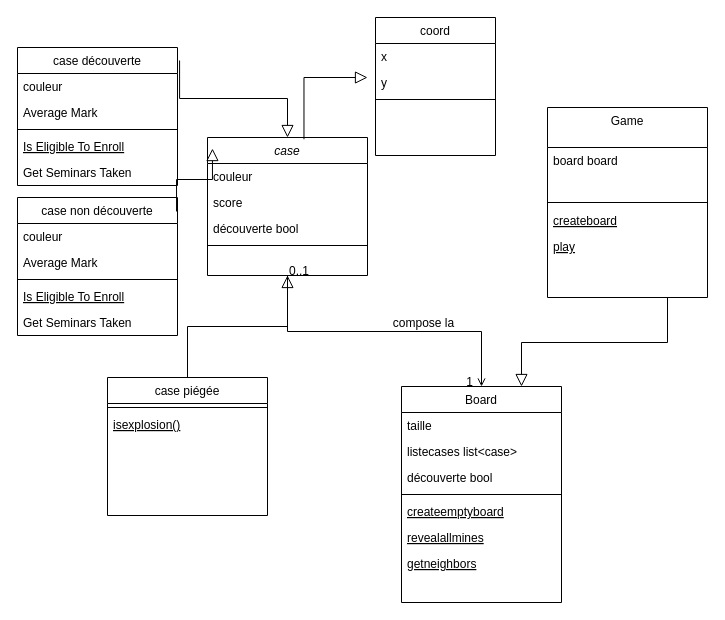
emilyllg/filrougeEJL keeps this draw.io diagram as minesweeperclassdiagram.drawio. Above is the earlier version. Source tidied: cells renumbered, new cells numbered last; positions are measured from the earlier drawing's top-left corner, leaving out a move shared by most shapes. Both pictures are drawn from the tidied source at 100%, with x=0, y=0 at pixel (17, 17).
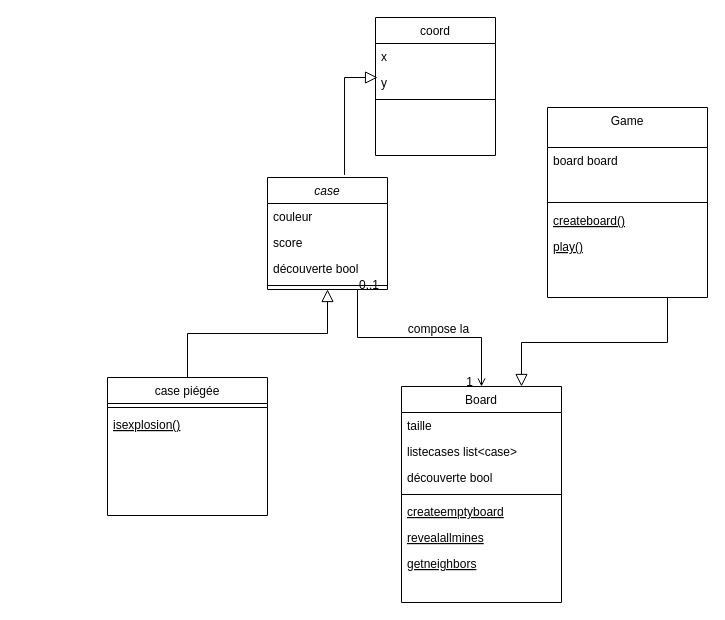
The same page after the edit.

Commit message (it also covers changes not shown here):
Mettre à jour minesweeperclassdiagram.drawio

The change refers to these unchanged cells:
```xml
<mxCell id="11" value="Board" style="swimlane;fontStyle=0;align=center;verticalAlign=top;horizontal=1;startSize=26;rounded=0;shadow=0;strokeWidth=1;" parent="1" vertex="1">
  <mxGeometry x="384" y="369" width="160" height="216" as="geometry" />
</mxCell>
<mxCell id="39" value="y" style="text;align=left;verticalAlign=top;spacingLeft=4;spacingRight=4;overflow=hidden;points=[[0,0.5],[1,0.5]];portConstraint=eastwest;rounded=0;shadow=0;html=0;" parent="37" vertex="1">
  <mxGeometry y="52" width="120" height="26" as="geometry" />
</mxCell>
<mxCell id="42" value="Game" style="swimlane;fontStyle=0;align=center;verticalAlign=top;horizontal=1;startSize=40;rounded=0;shadow=0;strokeWidth=1;" parent="1" vertex="1">
  <mxGeometry x="530" y="90" width="160" height="190" as="geometry" />
</mxCell>
```

The edit, as a diff of the source:
```diff
@@
     <mxCell id="2" value="case " style="swimlane;fontStyle=2;align=center;verticalAlign=top;horizontal=1;startSize=26;rounded=0;shadow=0;strokeWidth=1;" parent="1" vertex="1">
-      <mxGeometry x="190" y="120" width="160" height="138" as="geometry" />
+      <mxGeometry x="250" y="160" width="120" height="112" as="geometry" />
     </mxCell>
     <mxCell id="3" value="couleur " style="text;align=left;verticalAlign=top;spacingLeft=4;spacingRight=4;overflow=hidden;" parent="2" vertex="1">
-      <mxGeometry y="26" width="160" height="26" as="geometry" />
+      <mxGeometry y="26" width="120" height="26" as="geometry" />
     </mxCell>
     <mxCell id="4" value="score" style="text;align=left;verticalAlign=top;spacingLeft=4;spacingRight=4;overflow=hidden;rounded=0;shadow=0;html=0;" parent="2" vertex="1">
-      <mxGeometry y="52" width="160" height="26" as="geometry" />
+      <mxGeometry y="52" width="120" height="26" as="geometry" />
     </mxCell>
     <mxCell id="5" value="découverte bool" style="text;align=left;verticalAlign=top;spacingLeft=4;spacingRight=4;overflow=hidden;rounded=0;shadow=0;html=0;" parent="2" vertex="1">
-      <mxGeometry y="78" width="160" height="26" as="geometry" />
+      <mxGeometry y="78" width="120" height="26" as="geometry" />
     </mxCell>
     <mxCell id="6" style="line;html=1;strokeWidth=1;align=left;verticalAlign=middle;spacingTop=-1;spacingLeft=3;spacingRight=3;labelPosition=right;" parent="2" vertex="1">
-      <mxGeometry y="104" width="160" height="8" as="geometry" />
+      <mxGeometry y="104" width="120" height="8" as="geometry" />
     </mxCell>
@@
     <mxCell id="19" style="endArrow=open;shadow=0;strokeWidth=1;rounded=0;curved=0;endFill=1;edgeStyle=elbowEdgeStyle;elbow=vertical;" parent="1" edge="1" source="2" target="11">
       <mxGeometry x="0.5" y="41" relative="1" as="geometry">
+        <Array as="points">
+          <mxPoint x="340" y="320" />
+        </Array>
         <mxPoint x="-40" y="32" as="offset" />
       </mxGeometry>
     </mxCell>
@@
-    <mxCell id="23" value="case découverte" style="swimlane;fontStyle=0;align=center;verticalAlign=top;horizontal=1;startSize=26;rounded=0;shadow=0;strokeWidth=1;" parent="1" vertex="1">
-      <mxGeometry y="30" width="160" height="138" as="geometry" />
-    </mxCell>
-    <mxCell id="24" value="couleur" style="text;align=left;verticalAlign=top;spacingLeft=4;spacingRight=4;overflow=hidden;" parent="23" vertex="1">
-      <mxGeometry y="26" width="160" height="26" as="geometry" />
-    </mxCell>
-    <mxCell id="25" value="Average Mark" style="text;align=left;verticalAlign=top;spacingLeft=4;spacingRight=4;overflow=hidden;rounded=0;shadow=0;html=0;" parent="23" vertex="1">
-      <mxGeometry y="52" width="160" height="26" as="geometry" />
-    </mxCell>
-    <mxCell id="26" style="line;html=1;strokeWidth=1;align=left;verticalAlign=middle;spacingTop=-1;spacingLeft=3;spacingRight=3;labelPosition=right;" parent="23" vertex="1">
-      <mxGeometry y="78" width="160" height="8" as="geometry" />
-    </mxCell>
-    <mxCell id="27" value="Is Eligible To Enroll" style="text;align=left;verticalAlign=top;spacingLeft=4;spacingRight=4;overflow=hidden;fontStyle=4;" parent="23" vertex="1">
-      <mxGeometry y="86" width="160" height="26" as="geometry" />
-    </mxCell>
-    <mxCell id="28" value="Get Seminars Taken" style="text;align=left;verticalAlign=top;spacingLeft=4;spacingRight=4;overflow=hidden;" parent="23" vertex="1">
-      <mxGeometry y="112" width="160" height="26" as="geometry" />
-    </mxCell>
-    <mxCell id="29" value="case non découverte" style="swimlane;fontStyle=0;align=center;verticalAlign=top;horizontal=1;startSize=26;rounded=0;shadow=0;strokeWidth=1;" parent="1" vertex="1">
-      <mxGeometry y="180" width="160" height="138" as="geometry" />
-    </mxCell>
-    <mxCell id="30" value="couleur" style="text;align=left;verticalAlign=top;spacingLeft=4;spacingRight=4;overflow=hidden;" parent="29" vertex="1">
-      <mxGeometry y="26" width="160" height="26" as="geometry" />
-    </mxCell>
-    <mxCell id="31" value="Average Mark" style="text;align=left;verticalAlign=top;spacingLeft=4;spacingRight=4;overflow=hidden;rounded=0;shadow=0;html=0;" parent="29" vertex="1">
-      <mxGeometry y="52" width="160" height="26" as="geometry" />
-    </mxCell>
-    <mxCell id="32" style="line;html=1;strokeWidth=1;align=left;verticalAlign=middle;spacingTop=-1;spacingLeft=3;spacingRight=3;labelPosition=right;" parent="29" vertex="1">
-      <mxGeometry y="78" width="160" height="8" as="geometry" />
-    </mxCell>
-    <mxCell id="33" value="Is Eligible To Enroll" style="text;align=left;verticalAlign=top;spacingLeft=4;spacingRight=4;overflow=hidden;fontStyle=4;" parent="29" vertex="1">
-      <mxGeometry y="86" width="160" height="26" as="geometry" />
-    </mxCell>
-    <mxCell id="34" value="Get Seminars Taken" style="text;align=left;verticalAlign=top;spacingLeft=4;spacingRight=4;overflow=hidden;" parent="29" vertex="1">
-      <mxGeometry y="112" width="160" height="26" as="geometry" />
-    </mxCell>
-    <mxCell id="35" style="endArrow=block;endSize=10;endFill=0;shadow=0;strokeWidth=1;rounded=0;curved=0;edgeStyle=elbowEdgeStyle;elbow=vertical;exitX=1.013;exitY=0.094;exitDx=0;exitDy=0;exitPerimeter=0;" parent="1" edge="1" source="23" target="2">
-      <mxGeometry relative="1" as="geometry" />
-    </mxCell>
-    <mxCell id="36" style="endArrow=block;endSize=10;endFill=0;shadow=0;strokeWidth=1;rounded=0;curved=0;edgeStyle=elbowEdgeStyle;elbow=vertical;exitX=0.994;exitY=0.101;exitDx=0;exitDy=0;exitPerimeter=0;entryX=0.031;entryY=0.08;entryDx=0;entryDy=0;entryPerimeter=0;" parent="1" edge="1" source="29" target="2">
-      <mxGeometry relative="1" as="geometry" />
-    </mxCell>
@@
-    <mxCell id="41" style="endArrow=block;endSize=10;endFill=0;shadow=0;strokeWidth=1;rounded=0;curved=0;edgeStyle=elbowEdgeStyle;elbow=vertical;exitX=0.603;exitY=0.013;exitDx=0;exitDy=0;exitPerimeter=0;" parent="1" edge="1" source="2">
+    <mxCell id="41" style="endArrow=block;endSize=10;endFill=0;shadow=0;strokeWidth=1;rounded=0;curved=0;edgeStyle=elbowEdgeStyle;elbow=vertical;exitX=0.642;exitY=-0.023;exitDx=0;exitDy=0;exitPerimeter=0;entryX=0.017;entryY=0.308;entryDx=0;entryDy=0;entryPerimeter=0;" parent="1" edge="1" source="2" target="39">
       <mxGeometry relative="1" as="geometry">
-        <mxPoint x="350" y="60" as="targetPoint" />
         <Array as="points">
           <mxPoint x="310" y="60" />
         </Array>
       </mxGeometry>
     </mxCell>
@@
-    <mxCell id="45" value="createboard" style="text;align=left;verticalAlign=top;spacingLeft=4;spacingRight=4;overflow=hidden;fontStyle=4;" parent="42" vertex="1">
+    <mxCell id="45" value="createboard()" style="text;align=left;verticalAlign=top;spacingLeft=4;spacingRight=4;overflow=hidden;fontStyle=4;" parent="42" vertex="1">
       <mxGeometry y="100" width="160" height="26" as="geometry" />
     </mxCell>
-    <mxCell id="46" value="play" style="text;align=left;verticalAlign=top;spacingLeft=4;spacingRight=4;overflow=hidden;fontStyle=4;" parent="42" vertex="1">
+    <mxCell id="46" value="play()" style="text;align=left;verticalAlign=top;spacingLeft=4;spacingRight=4;overflow=hidden;fontStyle=4;" parent="42" vertex="1">
       <mxGeometry y="126" width="160" height="26" as="geometry" />
     </mxCell>
```
